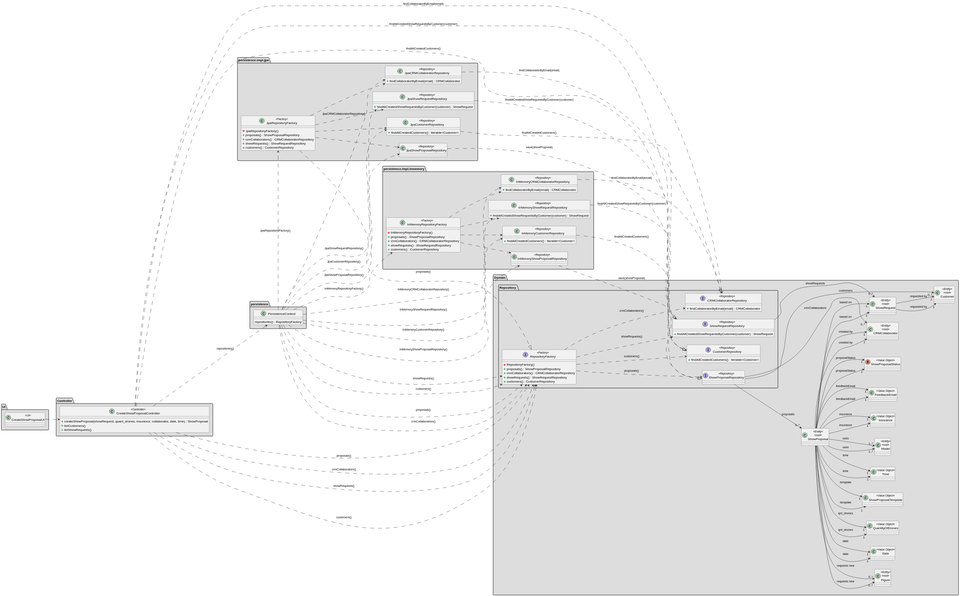
This is docs/SPRINT_3/US310/images/class_diagram_us310.svg from diogoveirospro/sem4pi-2024-2025-sem4pi_2024_2025_g44, a PlantUML export, as it was before one commit. Its diagram source:
```plantuml
@startuml
set separator none
left to right direction


package "Domain" #DDDDDD {

    package "Repository " #DDDDDD {
        Interface ShowProposalRepository <<Repository>> {

        }

        Interface RepositoryFactory <<Factory>> {
            - RepositoryFactory()
            + proposals() : ShowProposalRepository
            + crmCollaborators() : CRMCollaboratorRepository
            + showRequests() : ShowRequestRepository
            + customers() : CustomerRepository
        }

        Interface ShowRequestRepository <<Repository>> {
            + findAllCreatedShowRequestsByCustomer(customer) : ShowRequest
        }

        Interface CRMCollaboratorRepository <<Repository>> {
            + findCollaboratorByEmail(email) : CRMCollaborator
        }

        Interface CustomerRepository <<Repository>> {
            + findAllCreatedCustomers() : Iterable<Customer>
        }

    }

    class Customer <<Entity>> <<root>>{
    }
    enum ShowProposalStatus <<Value Object>>{
    }

    class ShowProposal <<Entity>> <<root>>{
    }

    class ShowProposalTemplate <<Value Object>>{
    }

    class ShowRequest <<Entity>> <<root>>{
    }

    class CRMCollaborator <<Entity>> <<root>>{
    }

    class Figure <<Entity>> <<root>>{
    }

    class Date <<Value Object>>{
    }

    class QuantityOfDrones <<Value Object>>{
    }

    class Time <<Value Object>>{
    }

    class Model <<Entity>> <<root>>{
    }

    class Insurance <<Value Object>>{
    }

    class FeedbackEmail <<Value Object>>{
    }

        ShowProposal --> "1" FeedbackEmail: feedbackEmail
        ShowProposal --> "1" CRMCollaborator: created by
        ShowProposal --> "1" ShowRequest: based on
        ShowProposal --> "1" ShowProposalStatus: proposalStatus
        ShowProposal --> "0..*" Figure : requests new
        ShowProposal --> "1" ShowProposalTemplate: template
        ShowProposal --> "1..*" Model: uses
        ShowProposal --> "1" QuantityOfDrones: qnt_drones
        ShowProposal --> "1" Time: time
        ShowProposal --> "1" Date: date
        ShowProposal --> "1" Insurance: insurance

        ShowRequest --> "1" Customer: requested by

}

package "UI" #DDDDDD {
    class CreateShowProposalUI <<UI>> {

    }
}

package "Controller" #DDDDDD {
    class CreateShowProposalController <<Controller>> {
        + createShowProposal(showRequest, quant_drones, insurance, collaborator, date, time) : ShowProposal
        + listCustomers()
        + listShowRequests()
    }
}

package "persistence.impl.jpa" #DDDDDD {
    class JpaCustomerRepository <<Repository>> {
        + findAllCreatedCustomers() : Iterable<Customer>
    }

    class JpaRepositoryFactory <<Factory>> {
        - JpaRepositoryFactory()
        + proposals() : ShowProposalRepository
        + crmCollaborators() : CRMCollaboratorRepository
        + showRequests() : ShowRequestRepository
        + customers() : CustomerRepository

    }

    class JpaShowRequestRepository <<Repository>> {
        + findAllCreatedShowRequestsByCustomer(customer) : ShowRequest
    }

    class JpaCRMCollaboratorRepository <<Repository>> {
        + findCollaboratorByEmail(email) : CRMCollaborator
    }

    class JpaShowProposalRepository <<Repository>> {

    }


}

package "persistence.impl.inmemory" #DDDDDD {
    class InMemoryCustomerRepository <<Repository>> {
        + findAllCreatedCustomers() : Iterable<Customer>
    }

    class InMemoryRepositoryFactory <<Factory>> {
        - InMemoryRepositoryFactory()
        + proposals() : ShowProposalRepository
        + crmCollaborators() : CRMCollaboratorRepository
        + showRequests() : ShowRequestRepository
        + customers() : CustomerRepository
    }

    class InMemoryShowRequestRepository <<Repository>> {
        + findAllCreatedShowRequestsByCustomer(customer) : ShowRequest
    }
    class InMemoryCRMCollaboratorRepository <<Repository>> {
        + findCollaboratorByEmail(email) : CRMCollaborator
    }
    class InMemoryShowProposalRepository <<Repository>> {

    }
}

package "persistence" #DDDDDD {
    class PersistenceContext {
        repositories() : RepositoryFactory
    }
}



ShowProposal --> "1" FeedbackEmail: feedbackEmail
ShowProposal --> "1" CRMCollaborator: created by
ShowProposal --> "1" ShowRequest: based on
ShowProposal --> "1" ShowProposalStatus: proposalStatus
ShowProposal --> "0..*" Figure : requests new
ShowProposal --> "1" ShowProposalTemplate: template
ShowProposal --> "1..*" Model: uses
ShowProposal --> "1" QuantityOfDrones: qnt_drones
ShowProposal --> "1" Time: time
ShowProposal --> "1" Date: date
ShowProposal --> "1" Insurance: insurance

ShowRequest --> "1" Customer: requested by

RepositoryFactory ..> ShowProposalRepository : proposals()
RepositoryFactory ..> ShowRequestRepository : showRequests()
RepositoryFactory ..> CRMCollaboratorRepository : crmCollaborators()
RepositoryFactory ..> CustomerRepository : customers()

ShowProposalRepository --> "0..*" ShowProposal : proposals
ShowRequestRepository --> "0..*" ShowRequest : showRequests
ShowProposalRepository --> "0..*" CRMCollaborator : crmCollaborators
ShowProposalRepository --> "0..*" Customer : customers

CreateShowProposalUI ..> CreateShowProposalController
CreateShowProposalController ..> RepositoryFactory : proposals()
CreateShowProposalController ..> RepositoryFactory : crmCollaborators()
CreateShowProposalController ..> RepositoryFactory : showRequests()
CreateShowProposalController ..> RepositoryFactory : customers()

CreateShowProposalController ..> ShowRequestRepository : findAllCreatedShowRequestsByCustomer(customer)
CreateShowProposalController ..> CustomerRepository : findAllCreatedCustomers()
CreateShowProposalController ..> CRMCollaboratorRepository : findCollaboratorByEmail(email)

CreateShowProposalController ..> PersistenceContext : repositories()


PersistenceContext ..> JpaRepositoryFactory : JpaRepositoryFactory()
PersistenceContext ..> InMemoryRepositoryFactory : InMemoryRepositoryFactory()
PersistenceContext ..> RepositoryFactory : proposals()
PersistenceContext ..> RepositoryFactory : crmCollaborators()
PersistenceContext ..> RepositoryFactory : showRequests()
PersistenceContext ..> RepositoryFactory : customers()

PersistenceContext ..> JpaShowRequestRepository : JpaShowRequestRepository()
PersistenceContext ..> InMemoryShowRequestRepository : InMemoryShowRequestRepository()
PersistenceContext ..> JpaCRMCollaboratorRepository : JpaCRMCollaboratorRepository()
PersistenceContext ..> InMemoryCRMCollaboratorRepository : InMemoryCRMCollaboratorRepository()
PersistenceContext ..> JpaShowProposalRepository : JpaShowProposalRepository()
PersistenceContext ..> InMemoryShowProposalRepository : InMemoryShowProposalRepository()
PersistenceContext ..> JpaCustomerRepository : JpaCustomerRepository()
PersistenceContext ..> InMemoryCustomerRepository : InMemoryCustomerRepository()

JpaRepositoryFactory ...|> RepositoryFactory : proposals()


JpaRepositoryFactory ..> JpaShowRequestRepository
JpaRepositoryFactory ..> JpaCustomerRepository
JpaRepositoryFactory ..> JpaCRMCollaboratorRepository
JpaRepositoryFactory ..> JpaShowProposalRepository

JpaShowRequestRepository ..|> ShowRequestRepository : findAllCreatedShowRequestsByCustomer(customer)
JpaCustomerRepository ..|> CustomerRepository : findAllCreatedCustomers()
JpaCRMCollaboratorRepository ..|> CRMCollaboratorRepository : findCollaboratorByEmail(email)
JpaShowProposalRepository ..|> ShowProposalRepository : save(showProposal)

InMemoryRepositoryFactory ..> InMemoryCustomerRepository
InMemoryRepositoryFactory ..> InMemoryShowRequestRepository
InMemoryRepositoryFactory ..> InMemoryCRMCollaboratorRepository
InMemoryRepositoryFactory ..> InMemoryShowProposalRepository

InMemoryCustomerRepository ..|> CustomerRepository : findAllCreatedCustomers()
InMemoryShowRequestRepository ..|> ShowRequestRepository : findAllCreatedShowRequestsByCustomer(customer)
InMemoryCRMCollaboratorRepository ..|> CRMCollaboratorRepository : findCollaboratorByEmail(email)
InMemoryShowProposalRepository ..|> ShowProposalRepository : save(showProposal)
@enduml
```
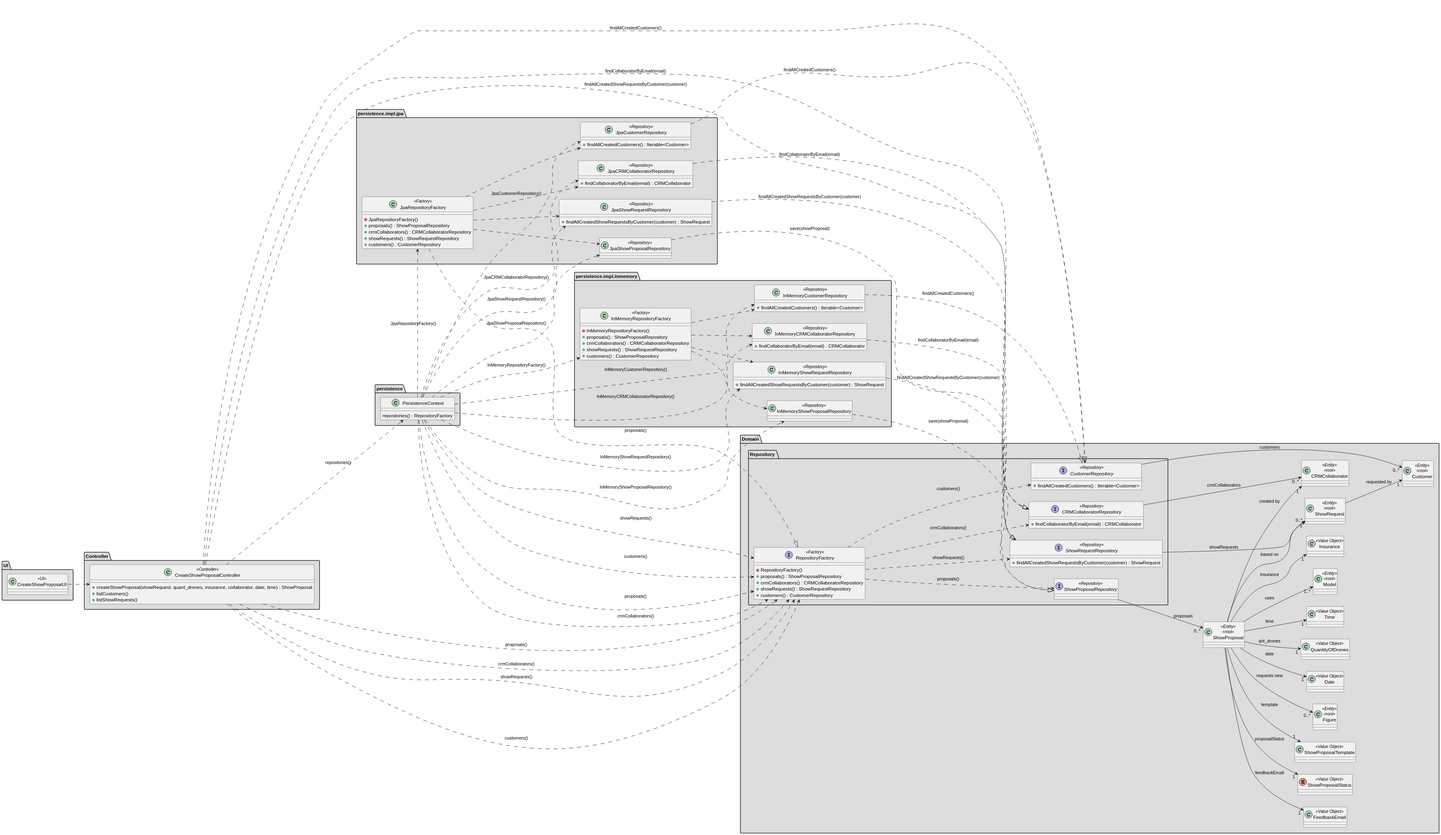
The same diagram one commit later.

Change to the diagram source:
```diff
@@ -70,19 +70,7 @@
     class FeedbackEmail <<Value Object>>{
     }
 
-        ShowProposal --> "1" FeedbackEmail: feedbackEmail
-        ShowProposal --> "1" CRMCollaborator: created by
-        ShowProposal --> "1" ShowRequest: based on
-        ShowProposal --> "1" ShowProposalStatus: proposalStatus
-        ShowProposal --> "0..*" Figure : requests new
-        ShowProposal --> "1" ShowProposalTemplate: template
-        ShowProposal --> "1..*" Model: uses
-        ShowProposal --> "1" QuantityOfDrones: qnt_drones
-        ShowProposal --> "1" Time: time
-        ShowProposal --> "1" Date: date
-        ShowProposal --> "1" Insurance: insurance
 
-        ShowRequest --> "1" Customer: requested by
 
 }
 
@@ -182,8 +170,8 @@
 
 ShowProposalRepository --> "0..*" ShowProposal : proposals
 ShowRequestRepository --> "0..*" ShowRequest : showRequests
-ShowProposalRepository --> "0..*" CRMCollaborator : crmCollaborators
-ShowProposalRepository --> "0..*" Customer : customers
+CRMCollaboratorRepository --> "0..*" CRMCollaborator : crmCollaborators
+CustomerRepository --> "0..*" Customer : customers
 
 CreateShowProposalUI ..> CreateShowProposalController
 CreateShowProposalController ..> RepositoryFactory : proposals()
```
